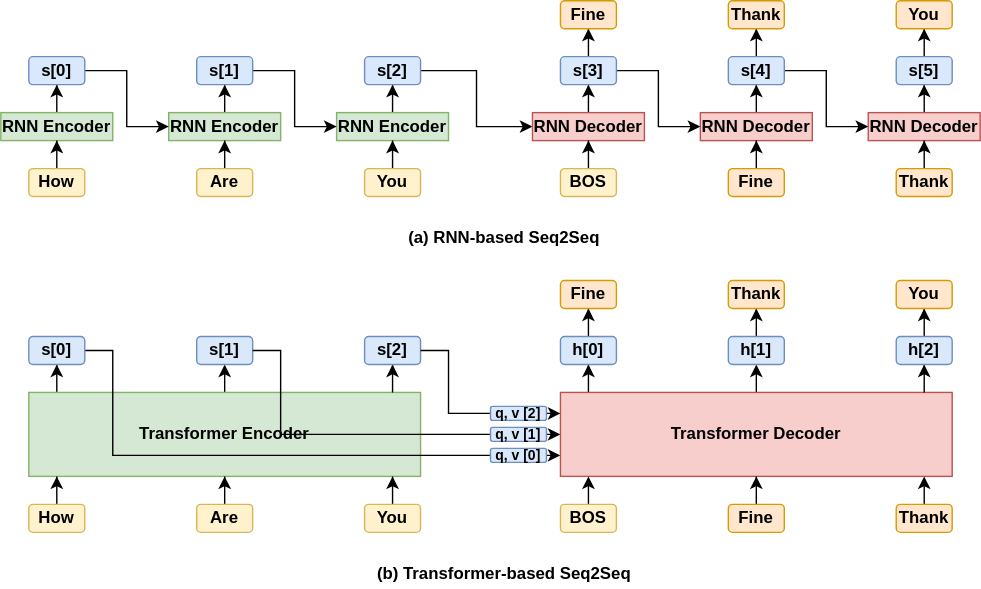
The draw.io diagram rnn_vs_transformer_seq2seq.svg in yyhtbs-yye/course_images, before a commit. Source tidied: cells renumbered, new cells last; positions are measured from the earlier drawing's top-left corner, leaving out a move shared by most shapes.
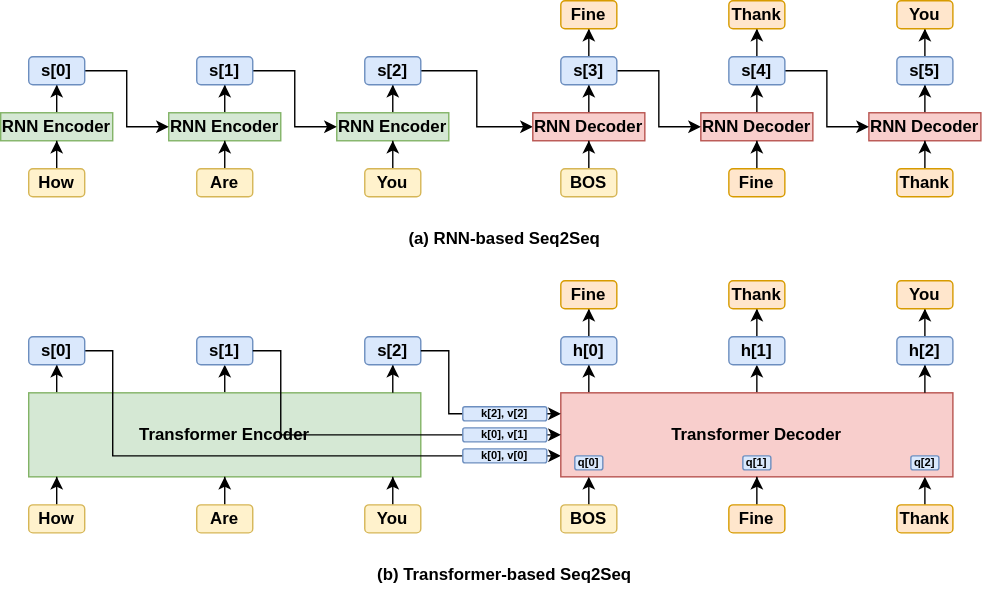
The same diagram one commit later.

What changed in the source:
```diff
@@ -261,14 +261,14 @@
         </Array>
       </mxGeometry>
     </mxCell>
-    <mxCell id="75" value="q, v [2]" style="rounded=1;whiteSpace=wrap;html=1;fillColor=#dae8fc;strokeColor=#6c8ebf;fontStyle=1;fontSize=10;" parent="1" vertex="1">
-      <mxGeometry x="350" y="290" width="40" height="10" as="geometry" />
+    <mxCell id="75" value="k[2], v[2]" style="rounded=1;whiteSpace=wrap;html=1;fillColor=#dae8fc;strokeColor=#6c8ebf;fontStyle=1;fontSize=8;" parent="1" vertex="1">
+      <mxGeometry x="330" y="290" width="60" height="10" as="geometry" />
     </mxCell>
-    <mxCell id="76" value="q, v [1]" style="rounded=1;whiteSpace=wrap;html=1;fillColor=#dae8fc;strokeColor=#6c8ebf;fontStyle=1;fontSize=10;" parent="1" vertex="1">
-      <mxGeometry x="350" y="305" width="40" height="10" as="geometry" />
+    <mxCell id="76" value="k[0], v[1]" style="rounded=1;whiteSpace=wrap;html=1;fillColor=#dae8fc;strokeColor=#6c8ebf;fontStyle=1;fontSize=8;" parent="1" vertex="1">
+      <mxGeometry x="330" y="305" width="60" height="10" as="geometry" />
     </mxCell>
-    <mxCell id="77" value="q, v [0]" style="rounded=1;whiteSpace=wrap;html=1;fillColor=#dae8fc;strokeColor=#6c8ebf;fontStyle=1;fontSize=10;" parent="1" vertex="1">
-      <mxGeometry x="350" y="320" width="40" height="10" as="geometry" />
+    <mxCell id="77" value="k[0], v[0]" style="rounded=1;whiteSpace=wrap;html=1;fillColor=#dae8fc;strokeColor=#6c8ebf;fontStyle=1;fontSize=8;" parent="1" vertex="1">
+      <mxGeometry x="330" y="320" width="60" height="10" as="geometry" />
     </mxCell>
     <mxCell id="78" value="Fine" style="rounded=1;whiteSpace=wrap;html=1;fillColor=#ffe6cc;strokeColor=#d79b00;fontStyle=1;" parent="1" vertex="1">
       <mxGeometry x="400" y="200" width="40" height="20" as="geometry" />
@@ -285,5 +285,14 @@
     <mxCell id="82" value="(b) Transformer-based Seq2Seq" style="text;html=1;strokeColor=none;fillColor=none;align=center;verticalAlign=middle;whiteSpace=wrap;rounded=0;fontStyle=1;" parent="1" vertex="1">
       <mxGeometry x="200" y="400" width="320" height="20" as="geometry" />
     </mxCell>
+    <mxCell id="83" value="q[0]" style="rounded=1;whiteSpace=wrap;html=1;fillColor=#dae8fc;strokeColor=#6c8ebf;fontStyle=1;fontSize=8;" parent="1" vertex="1">
+      <mxGeometry x="410" y="325" width="20" height="10" as="geometry" />
+    </mxCell>
+    <mxCell id="84" value="q[1]" style="rounded=1;whiteSpace=wrap;html=1;fillColor=#dae8fc;strokeColor=#6c8ebf;fontStyle=1;fontSize=8;" parent="1" vertex="1">
+      <mxGeometry x="530" y="325" width="20" height="10" as="geometry" />
+    </mxCell>
+    <mxCell id="85" value="q[2]" style="rounded=1;whiteSpace=wrap;html=1;fillColor=#dae8fc;strokeColor=#6c8ebf;fontStyle=1;fontSize=8;" parent="1" vertex="1">
+      <mxGeometry x="650" y="325" width="20" height="10" as="geometry" />
+    </mxCell>
   </root>
 </mxGraphModel>
```
